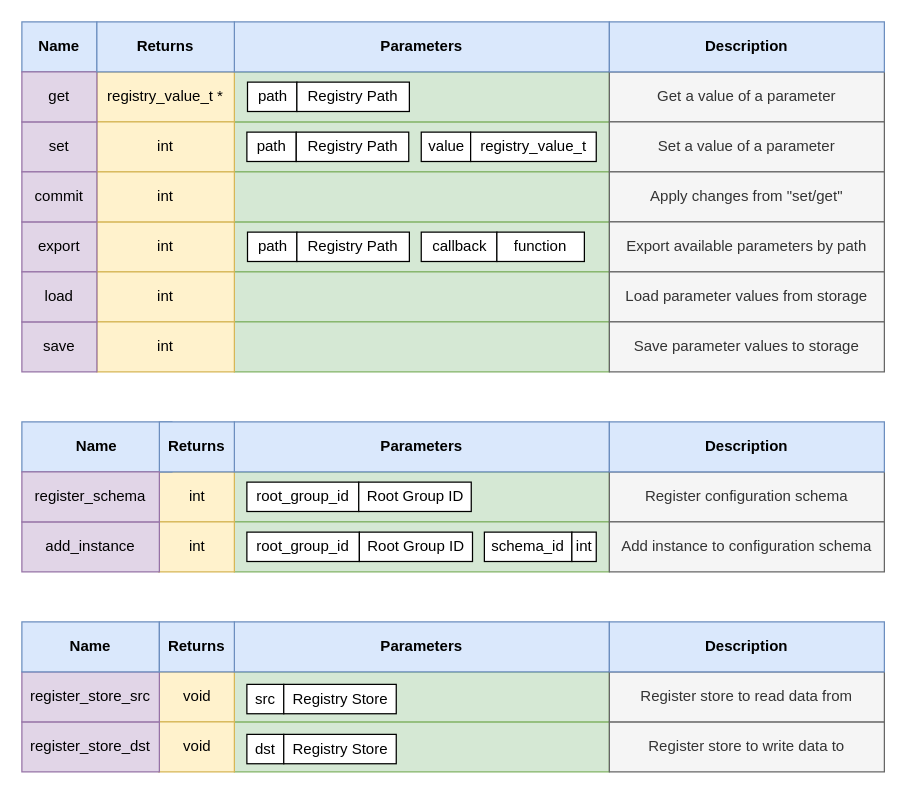
Before: doc/drawio/api_structure.drawio in LasseRosenow/riot-runtime-config, a draw.io diagram. Source tidied: cells renumbered, new cells numbered last; positions are measured from the earlier drawing's top-left corner, leaving out a move shared by most shapes. Both pictures are drawn from the tidied source at 125%, with x=0, y=0 at pixel (21, 21).
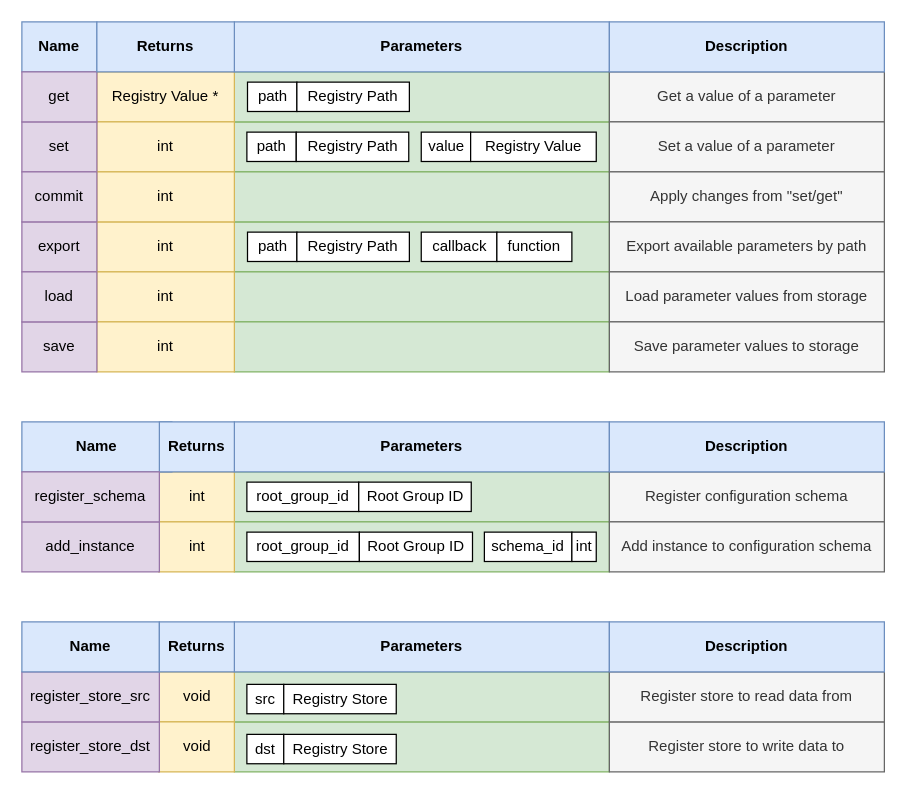
After the change.

Diff of the diagram source:
```diff
@@
-    <mxCell id="10" value="registry_value_t *" style="rounded=0;whiteSpace=wrap;html=1;fillColor=#fff2cc;strokeColor=#d6b656;" parent="1" vertex="1">
+    <mxCell id="10" value="Registry Value *" style="rounded=0;whiteSpace=wrap;html=1;fillColor=#fff2cc;strokeColor=#d6b656;" parent="1" vertex="1">
       <mxGeometry x="60" y="40" width="110" height="40" as="geometry" />
     </mxCell>
@@
-    <mxCell id="21" value="registry_value_t" style="rounded=0;whiteSpace=wrap;html=1;" parent="1" vertex="1">
+    <mxCell id="21" value="Registry Value" style="rounded=0;whiteSpace=wrap;html=1;" parent="1" vertex="1">
       <mxGeometry x="359" y="88.2" width="100.5" height="23.5" as="geometry" />
     </mxCell>
@@
     <mxCell id="25" value="function" style="rounded=0;whiteSpace=wrap;html=1;" parent="1" vertex="1">
-      <mxGeometry x="380" y="168.2" width="70" height="23.5" as="geometry" />
+      <mxGeometry x="380" y="168.2" width="60" height="23.5" as="geometry" />
     </mxCell>
```
